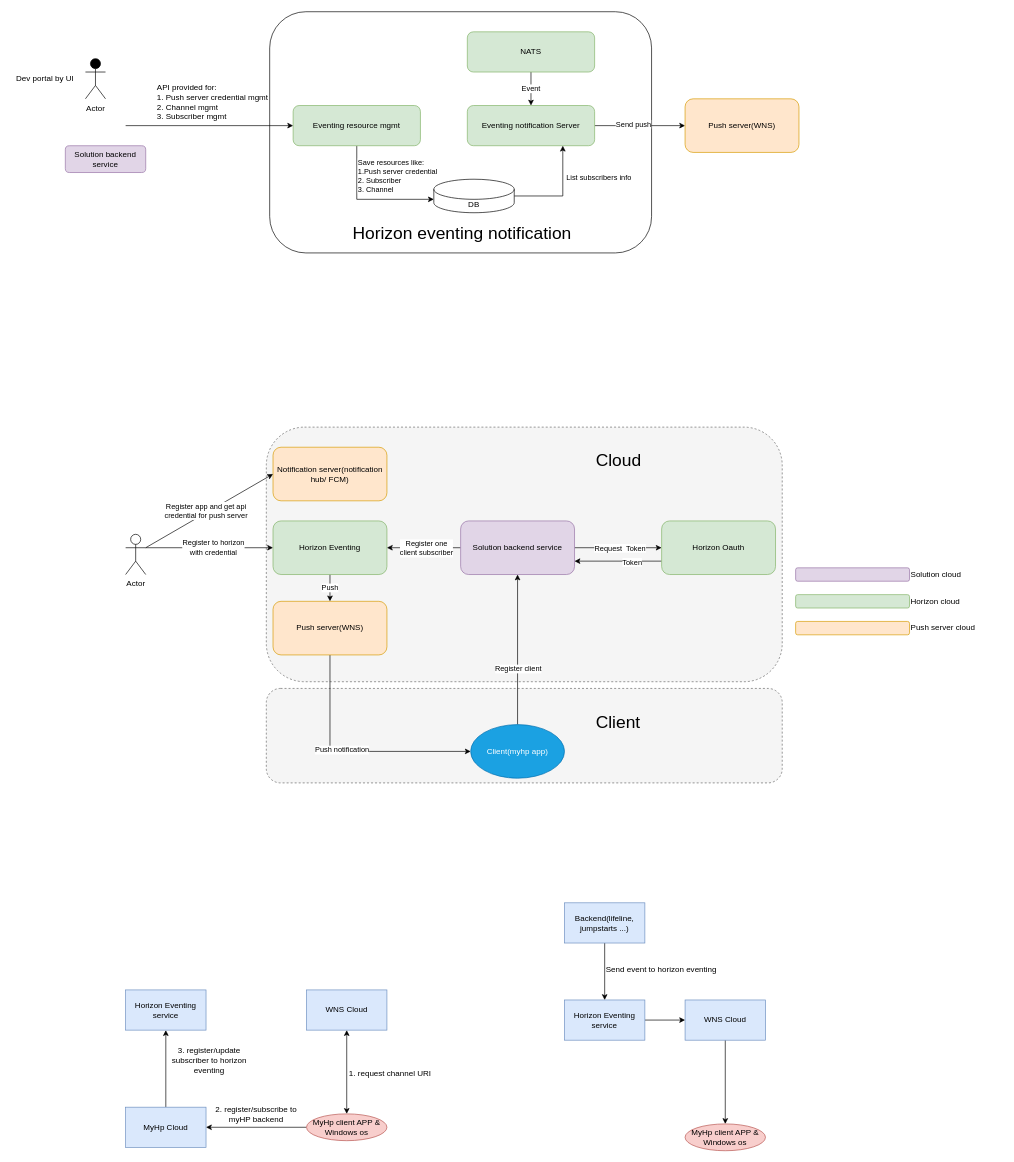
This is page "PushNotification" (8 of 10) of HP/horizon_eventing.drawio from zhangwm1987/mydraw_io, a draw.io file, before an edit. Source tidied: cells renumbered, new cells numbered last; positions are measured from the earlier drawing's top-left corner, leaving out a move shared by most shapes. Both pictures are drawn from the tidied source at 67%, with x=0, y=0 at pixel (11, 11).
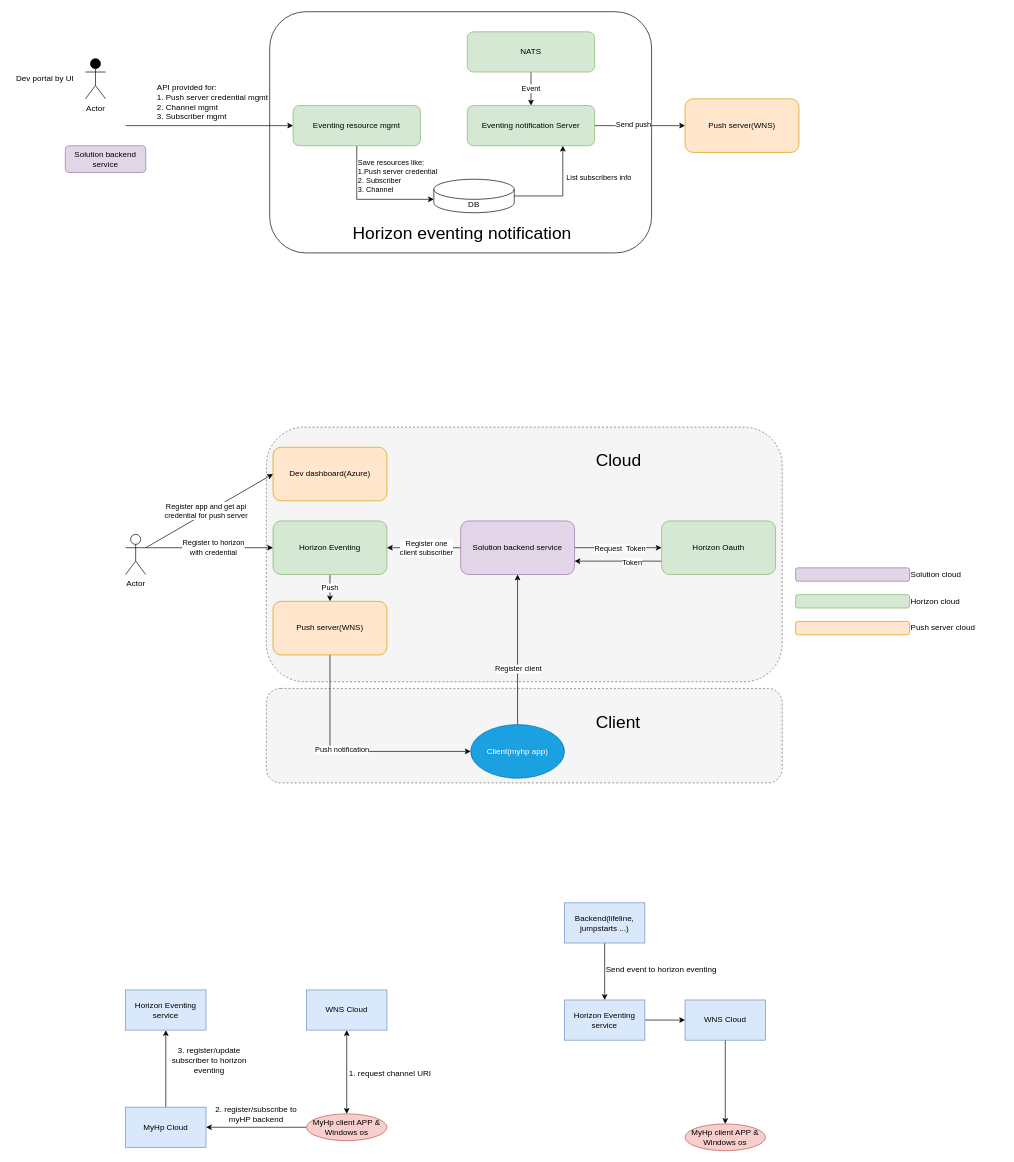
Above is the later version.

Change to the diagram source:
```diff
@@
-    <mxCell id="21" value="Notification server(notification hub/ FCM)" style="rounded=1;whiteSpace=wrap;html=1;fillColor=#ffe6cc;strokeColor=#d79b00;" parent="1" vertex="1">
+    <mxCell id="21" value="Dev dashboard(Azure)" style="rounded=1;whiteSpace=wrap;html=1;fillColor=#ffe6cc;strokeColor=#d79b00;" parent="1" vertex="1">
       <mxGeometry x="390" y="650" width="170" height="80" as="geometry" />
     </mxCell>
```
